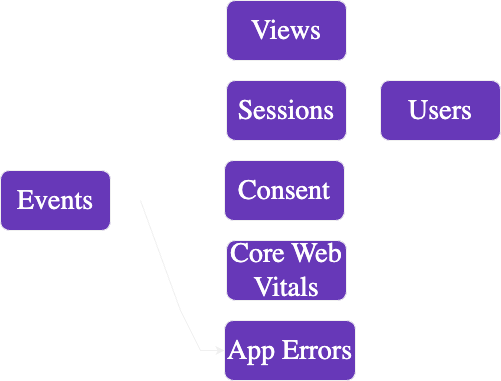
snowplow/documentation keeps this draw.io diagram as docs/modeling-your-data/modeling-your-data-with-dbt/dbt-models/dbt-unified-data-model/images/unified-process-dark.drawio.png. Above is the earlier version. Source tidied: cells renumbered, new cells last; positions are measured from the earlier drawing's top-left corner, leaving out a move shared by most shapes.
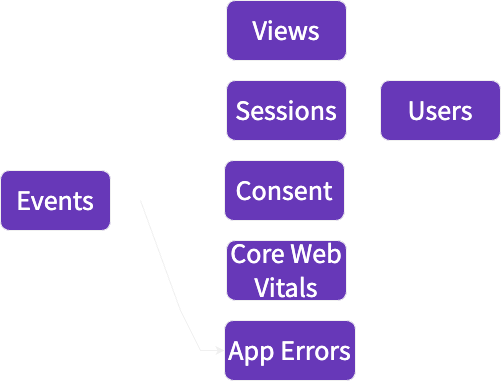
The same file after the commit.

Diff of the diagram source:
```diff
@@ -11,7 +11,7 @@
     <mxCell id="4" style="edgeStyle=entityRelationEdgeStyle;rounded=0;jettySize=auto;html=1;exitX=1;exitY=0.5;exitDx=0;exitDy=0;entryX=0;entryY=0.5;entryDx=0;entryDy=0;fontFamily=Source Sans Pro;fontSource=https%3A%2F%2Ffonts.googleapis.com%2Fcss%3Ffamily%3DSource%2BSans%2BPro;fontSize=28;strokeColor=#FFFFFF;fontColor=#FFFFFF;" parent="1" edge="1" source="6" target="11">
       <mxGeometry relative="1" as="geometry" />
     </mxCell>
-    <mxCell id="5" style="edgeStyle=entityRelationEdgeStyle;rounded=0;jettySize=auto;html=1;exitX=1;exitY=0.5;exitDx=0;exitDy=0;entryX=0;entryY=0.5;entryDx=0;entryDy=0;elbow=vertical;strokeColor=#FFFFFF;" parent="1" edge="1" source="6" target="12">
+    <mxCell id="5" style="edgeStyle=entityRelationEdgeStyle;rounded=0;jettySize=auto;html=1;exitX=1;exitY=0.5;exitDx=0;exitDy=0;entryX=0;entryY=0.5;entryDx=0;entryDy=0;elbow=vertical;strokeColor=#FFFFFF;fontFamily=Source Sans Pro;fontSource=https%3A%2F%2Ffonts.googleapis.com%2Fcss%3Ffamily%3DSource%2BSans%2BPro;" parent="1" edge="1" source="6" target="12">
       <mxGeometry relative="1" as="geometry">
         <Array as="points">
           <mxPoint x="220" y="350" />
@@ -42,7 +42,7 @@
     <mxCell id="13" value="App Errors" style="rounded=1;whiteSpace=wrap;html=1;fontFamily=Source Sans Pro;fontSource=https%3A%2F%2Ffonts.googleapis.com%2Fcss%3Ffamily%3DSource%2BSans%2BPro;fontSize=28;fontStyle=0;fillColor=#6738B8;fontColor=#FFFFFF;" parent="1" vertex="1">
       <mxGeometry x="224" y="320" width="131" height="60" as="geometry" />
     </mxCell>
-    <mxCell id="14" style="endArrow=classic;html=1;rounded=0;entryX=0;entryY=0.5;entryDx=0;entryDy=0;" parent="1" edge="1" target="13">
+    <mxCell id="14" style="endArrow=classic;html=1;rounded=0;entryX=0;entryY=0.5;entryDx=0;entryDy=0;fontFamily=Source Sans Pro;fontSource=https%3A%2F%2Ffonts.googleapis.com%2Fcss%3Ffamily%3DSource%2BSans%2BPro;" parent="1" edge="1" target="13">
       <mxGeometry relative="1" as="geometry">
         <mxPoint x="140" y="200" as="sourcePoint" />
         <Array as="points">
```
